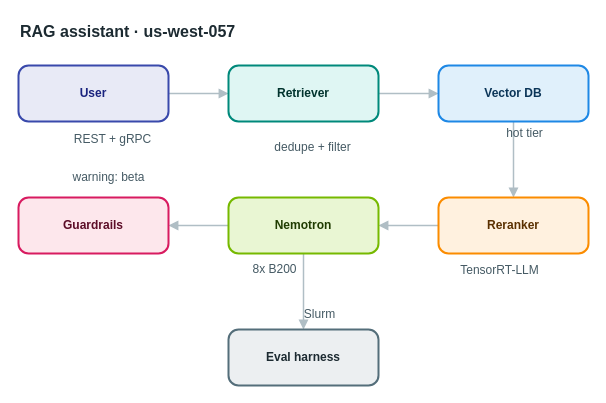
This is apps/web/public/samples/library/057-rag-assistant.drawio from AryanG01/open-apprentice, a draw.io file, before an edit. Source tidied: cells renumbered, new cells numbered last; positions are measured from the earlier drawing's top-left corner, leaving out a move shared by most shapes. Both pictures are drawn from the tidied source at 100%, with x=0, y=0 at pixel (18, 17).
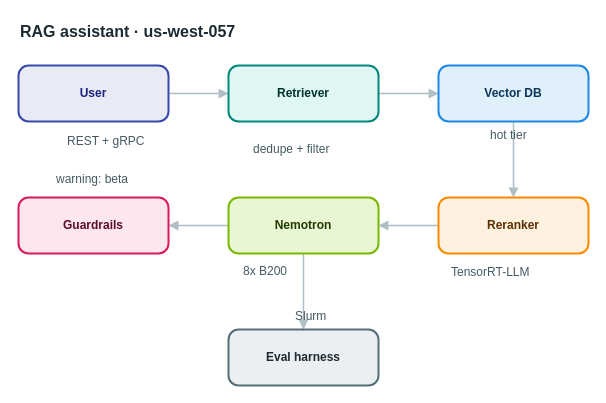
After the change.

Change to the diagram source:
```diff
@@
-    <mxCell id="16" value="REST + gRPC" style="text;html=1;align=center;verticalAlign=middle;whiteSpace=nowrap;strokeColor=none;fillColor=none;fontSize=12;fontColor=#455a64;" parent="1" vertex="1">
+    <mxCell id="16" value="REST + gRPC" style="text;html=1;align=left;verticalAlign=top;whiteSpace=nowrap;spacing=0;spacingTop=0;strokeColor=none;fillColor=none;fontSize=12;fontColor=#455a64;" parent="1" vertex="1">
       <mxGeometry x="49" y="112" width="89" height="20" as="geometry" />
     </mxCell>
-    <mxCell id="17" value="dedupe + filter" style="text;html=1;align=center;verticalAlign=middle;whiteSpace=nowrap;strokeColor=none;fillColor=none;fontSize=12;fontColor=#455a64;" parent="1" vertex="1">
+    <mxCell id="17" value="dedupe + filter" style="text;html=1;align=left;verticalAlign=top;whiteSpace=nowrap;spacing=0;spacingTop=0;strokeColor=none;fillColor=none;fontSize=12;fontColor=#455a64;" parent="1" vertex="1">
       <mxGeometry x="235" y="120" width="117" height="20" as="geometry" />
     </mxCell>
-    <mxCell id="18" value="hot tier" style="text;html=1;align=center;verticalAlign=middle;whiteSpace=nowrap;strokeColor=none;fillColor=none;fontSize=12;fontColor=#455a64;" parent="1" vertex="1">
+    <mxCell id="18" value="hot tier" style="text;html=1;align=left;verticalAlign=top;whiteSpace=nowrap;spacing=0;spacingTop=0;strokeColor=none;fillColor=none;fontSize=12;fontColor=#455a64;" parent="1" vertex="1">
       <mxGeometry x="472" y="106" width="68" height="20" as="geometry" />
     </mxCell>
-    <mxCell id="19" value="TensorRT-LLM" style="text;html=1;align=center;verticalAlign=middle;whiteSpace=nowrap;strokeColor=none;fillColor=none;fontSize=12;fontColor=#455a64;" parent="1" vertex="1">
+    <mxCell id="19" value="TensorRT-LLM" style="text;html=1;align=left;verticalAlign=top;whiteSpace=nowrap;spacing=0;spacingTop=0;strokeColor=none;fillColor=none;fontSize=12;fontColor=#455a64;" parent="1" vertex="1">
       <mxGeometry x="433" y="243" width="96" height="20" as="geometry" />
     </mxCell>
-    <mxCell id="20" value="8x B200" style="text;html=1;align=center;verticalAlign=middle;whiteSpace=nowrap;strokeColor=none;fillColor=none;fontSize=12;fontColor=#455a64;" parent="1" vertex="1">
+    <mxCell id="20" value="8x B200" style="text;html=1;align=left;verticalAlign=top;whiteSpace=nowrap;spacing=0;spacingTop=0;strokeColor=none;fillColor=none;fontSize=12;fontColor=#455a64;" parent="1" vertex="1">
       <mxGeometry x="225" y="242" width="61" height="20" as="geometry" />
     </mxCell>
-    <mxCell id="21" value="warning: beta" style="text;html=1;align=center;verticalAlign=middle;whiteSpace=nowrap;strokeColor=none;fillColor=none;fontSize=12;fontColor=#455a64;" parent="1" vertex="1">
+    <mxCell id="21" value="warning: beta" style="text;html=1;align=left;verticalAlign=top;whiteSpace=nowrap;spacing=0;spacingTop=0;strokeColor=none;fillColor=none;fontSize=12;fontColor=#455a64;" parent="1" vertex="1">
       <mxGeometry x="38" y="150" width="103" height="20" as="geometry" />
     </mxCell>
-    <mxCell id="22" value="Slurm" style="text;html=1;align=center;verticalAlign=middle;whiteSpace=nowrap;strokeColor=none;fillColor=none;fontSize=12;fontColor=#455a64;" parent="1" vertex="1">
+    <mxCell id="22" value="Slurm" style="text;html=1;align=left;verticalAlign=top;whiteSpace=nowrap;spacing=0;spacingTop=0;strokeColor=none;fillColor=none;fontSize=12;fontColor=#455a64;" parent="1" vertex="1">
       <mxGeometry x="277" y="287" width="47" height="20" as="geometry" />
     </mxCell>
```
